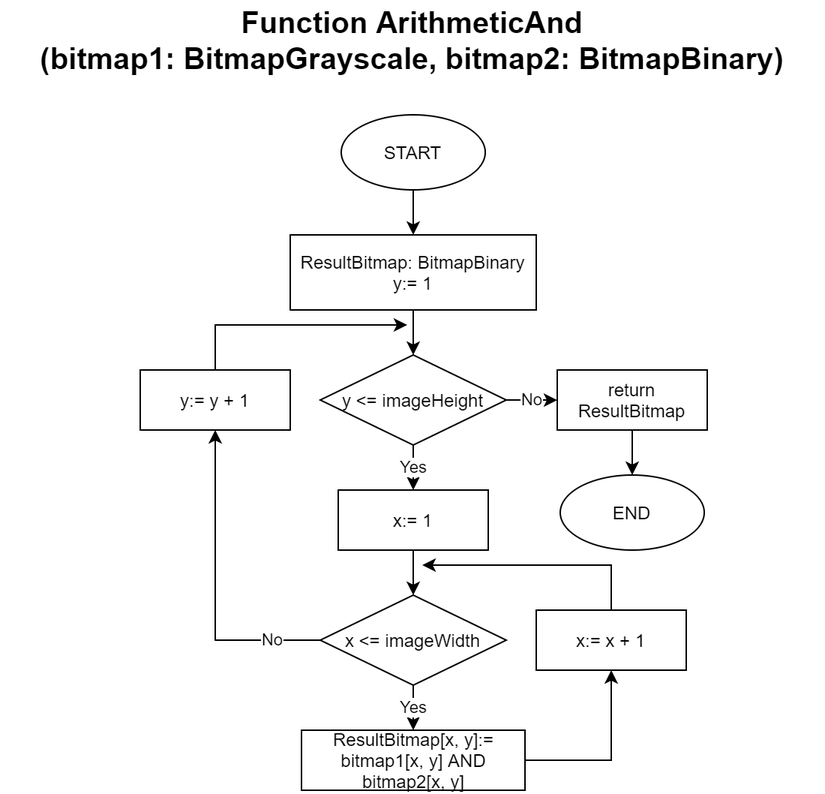
The draw.io diagram flowchart/.png/ArithmeticAnd.png in ukayaj620/batikcomp, before a commit. Source tidied: cells renumbered, new cells last; positions are measured from the earlier drawing's top-left corner, leaving out a move shared by most shapes. Source of this version:
```xml
<mxGraphModel>
  <root>
    <mxCell id="0" />
    <mxCell id="1" parent="0" />
    <mxCell id="2" value="&lt;font style=&quot;font-size: 20px&quot;&gt;&lt;b&gt;Function ArithmeticAnd&lt;br&gt;(bitmap1: BitmapGrayscale, bitmap2: BitmapBinary)&lt;/b&gt;&lt;/font&gt;" style="text;html=1;strokeColor=none;fillColor=none;align=center;verticalAlign=middle;whiteSpace=wrap;rounded=0;" parent="1" vertex="1">
      <mxGeometry width="545" height="20" as="geometry" />
    </mxCell>
    <mxCell id="3" style="edgeStyle=orthogonalEdgeStyle;rounded=0;jettySize=auto;html=1;" parent="1" edge="1" source="4" target="6">
      <mxGeometry relative="1" as="geometry" />
    </mxCell>
    <mxCell id="4" value="START" style="ellipse;whiteSpace=wrap;html=1;" parent="1" vertex="1">
      <mxGeometry x="225" y="60" width="96" height="50" as="geometry" />
    </mxCell>
    <mxCell id="5" style="edgeStyle=orthogonalEdgeStyle;rounded=0;jettySize=auto;html=1;" parent="1" edge="1" source="6" target="9">
      <mxGeometry relative="1" as="geometry" />
    </mxCell>
    <mxCell id="6" value="ResultBitmap: BitmapBinary&lt;br&gt;y:= 1" style="rounded=0;whiteSpace=wrap;html=1;" parent="1" vertex="1">
      <mxGeometry x="191" y="140" width="164" height="50" as="geometry" />
    </mxCell>
    <mxCell id="7" value="Yes" style="edgeStyle=orthogonalEdgeStyle;rounded=0;jettySize=auto;html=1;" parent="1" edge="1" source="9" target="11">
      <mxGeometry relative="1" as="geometry" />
    </mxCell>
    <mxCell id="8" value="No" style="edgeStyle=orthogonalEdgeStyle;rounded=0;jettySize=auto;html=1;" parent="1" edge="1" source="9" target="22">
      <mxGeometry relative="1" as="geometry" />
    </mxCell>
    <mxCell id="9" value="y &amp;lt;= imageHeight" style="rhombus;whiteSpace=wrap;html=1;" parent="1" vertex="1">
      <mxGeometry x="211" y="220" width="124" height="60" as="geometry" />
    </mxCell>
    <mxCell id="10" style="edgeStyle=orthogonalEdgeStyle;rounded=0;jettySize=auto;html=1;" parent="1" edge="1" source="11" target="14">
      <mxGeometry relative="1" as="geometry" />
    </mxCell>
    <mxCell id="11" value="x:= 1" style="rounded=0;whiteSpace=wrap;html=1;" parent="1" vertex="1">
      <mxGeometry x="223" y="310" width="100" height="40" as="geometry" />
    </mxCell>
    <mxCell id="12" value="Yes" style="edgeStyle=orthogonalEdgeStyle;rounded=0;jettySize=auto;html=1;" parent="1" edge="1" source="14" target="16">
      <mxGeometry relative="1" as="geometry" />
    </mxCell>
    <mxCell id="13" value="No" style="edgeStyle=orthogonalEdgeStyle;rounded=0;jettySize=auto;html=1;entryX=0.5;entryY=1;entryDx=0;entryDy=0;" parent="1" edge="1" source="14" target="20">
      <mxGeometry x="-0.7" relative="1" as="geometry" />
    </mxCell>
    <mxCell id="14" value="x &amp;lt;= imageWidth" style="rhombus;whiteSpace=wrap;html=1;" parent="1" vertex="1">
      <mxGeometry x="211" y="380" width="124" height="60" as="geometry" />
    </mxCell>
    <mxCell id="15" style="edgeStyle=orthogonalEdgeStyle;rounded=0;jettySize=auto;html=1;entryX=0.5;entryY=1;entryDx=0;entryDy=0;" parent="1" edge="1" source="16" target="18">
      <mxGeometry relative="1" as="geometry" />
    </mxCell>
    <mxCell id="16" value="ResultBitmap[x, y]:= bitmap1[x, y] AND bitmap2[x, y]" style="rounded=0;whiteSpace=wrap;html=1;" parent="1" vertex="1">
      <mxGeometry x="198.5" y="470" width="149" height="40" as="geometry" />
    </mxCell>
    <mxCell id="17" style="edgeStyle=orthogonalEdgeStyle;rounded=0;jettySize=auto;html=1;" parent="1" edge="1" source="18">
      <mxGeometry relative="1" as="geometry">
        <mxPoint x="279" y="360" as="targetPoint" />
        <Array as="points">
          <mxPoint x="405" y="360" />
        </Array>
      </mxGeometry>
    </mxCell>
    <mxCell id="18" value="x:= x + 1" style="rounded=0;whiteSpace=wrap;html=1;" parent="1" vertex="1">
      <mxGeometry x="355" y="390" width="100" height="40" as="geometry" />
    </mxCell>
    <mxCell id="19" style="edgeStyle=orthogonalEdgeStyle;rounded=0;jettySize=auto;html=1;" parent="1" edge="1" source="20">
      <mxGeometry relative="1" as="geometry">
        <mxPoint x="269" y="200" as="targetPoint" />
        <Array as="points">
          <mxPoint x="141" y="200" />
        </Array>
      </mxGeometry>
    </mxCell>
    <mxCell id="20" value="y:= y + 1" style="rounded=0;whiteSpace=wrap;html=1;" parent="1" vertex="1">
      <mxGeometry x="91" y="230" width="100" height="40" as="geometry" />
    </mxCell>
    <mxCell id="21" style="edgeStyle=orthogonalEdgeStyle;rounded=0;jettySize=auto;html=1;" parent="1" edge="1" source="22" target="23">
      <mxGeometry relative="1" as="geometry" />
    </mxCell>
    <mxCell id="22" value="return ResultBitmap" style="rounded=0;whiteSpace=wrap;html=1;" parent="1" vertex="1">
      <mxGeometry x="369" y="230" width="100" height="40" as="geometry" />
    </mxCell>
    <mxCell id="23" value="END" style="ellipse;whiteSpace=wrap;html=1;" parent="1" vertex="1">
      <mxGeometry x="371" y="300" width="96" height="50" as="geometry" />
    </mxCell>
  </root>
</mxGraphModel>
```
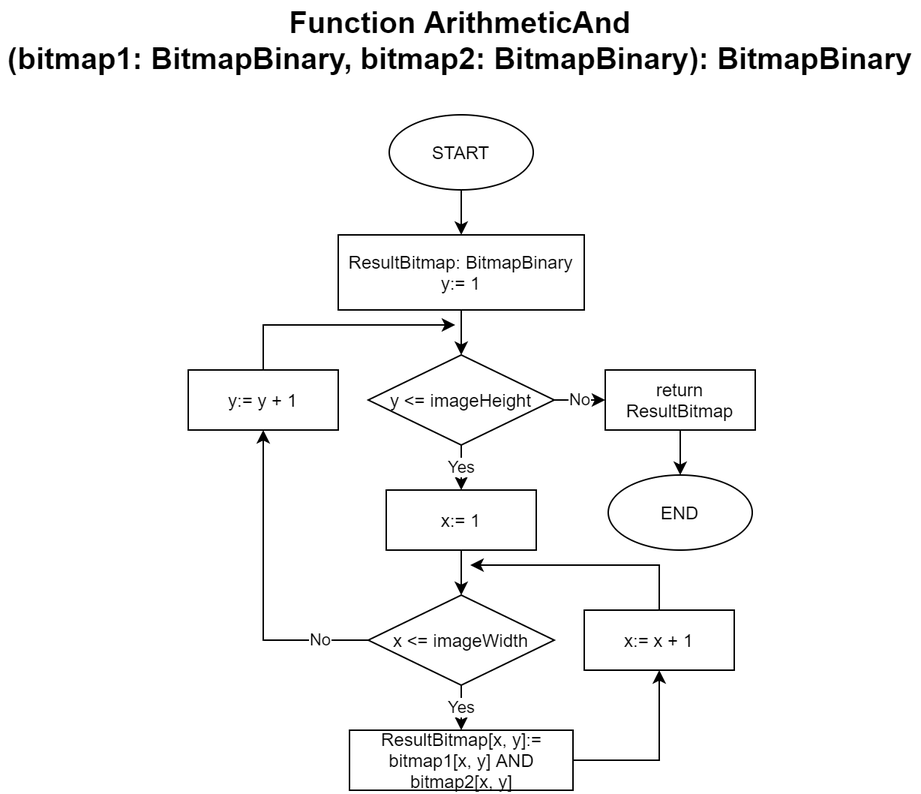
The same diagram one commit later.

Commit message:
docs: update arithmeticAnd method flowchart

Diff of the diagram source:
```diff
@@ -2,8 +2,8 @@
   <root>
     <mxCell id="0" />
     <mxCell id="1" parent="0" />
-    <mxCell id="2" value="&lt;font style=&quot;font-size: 20px&quot;&gt;&lt;b&gt;Function ArithmeticAnd&lt;br&gt;(bitmap1: BitmapGrayscale, bitmap2: BitmapBinary)&lt;/b&gt;&lt;/font&gt;" style="text;html=1;strokeColor=none;fillColor=none;align=center;verticalAlign=middle;whiteSpace=wrap;rounded=0;" parent="1" vertex="1">
-      <mxGeometry width="545" height="20" as="geometry" />
+    <mxCell id="2" value="&lt;font style=&quot;font-size: 20px&quot;&gt;&lt;b&gt;Function ArithmeticAnd&lt;br&gt;(bitmap1: BitmapBinary, bitmap2: BitmapBinary): BitmapBinary&lt;/b&gt;&lt;/font&gt;" style="text;html=1;strokeColor=none;fillColor=none;align=center;verticalAlign=middle;whiteSpace=wrap;rounded=0;" parent="1" vertex="1">
+      <mxGeometry x="-32" width="609" height="20" as="geometry" />
     </mxCell>
     <mxCell id="3" style="edgeStyle=orthogonalEdgeStyle;rounded=0;jettySize=auto;html=1;" parent="1" edge="1" source="4" target="6">
       <mxGeometry relative="1" as="geometry" />
```
